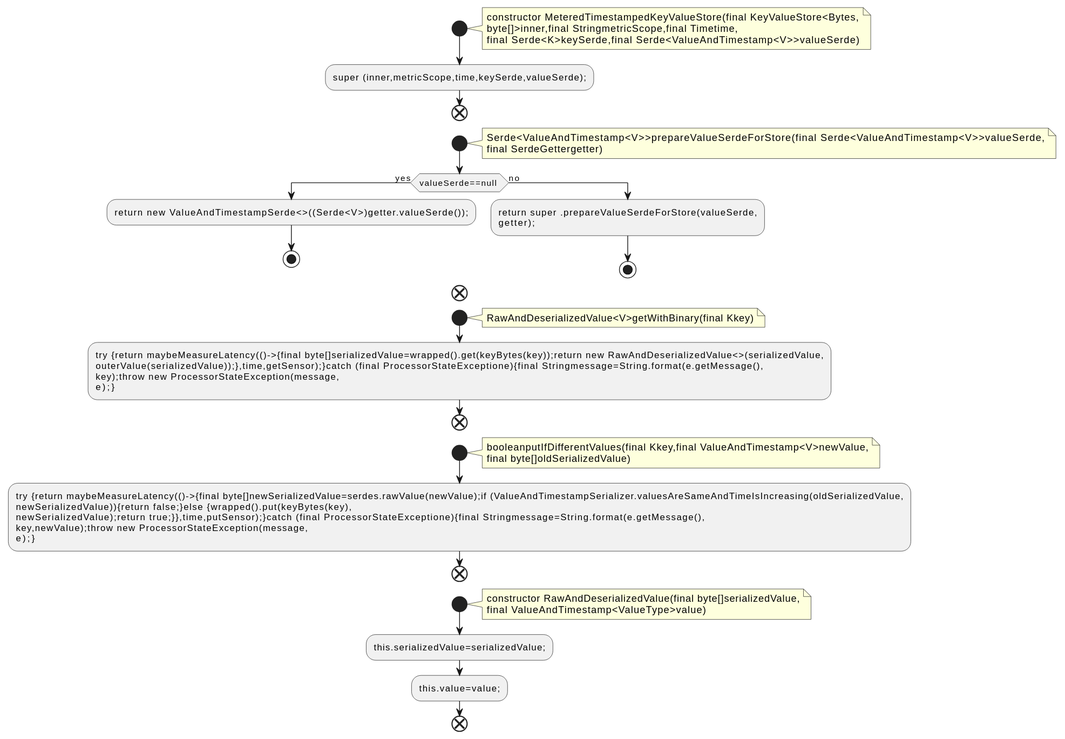
Before: docs/qc/streams/src/main/java/org/apache/kafka/streams/state/internals/MeteredTimestampedKeyValueStore.java.fct.svg, a diagram exported from PlantUML (qualitesys/kafka).
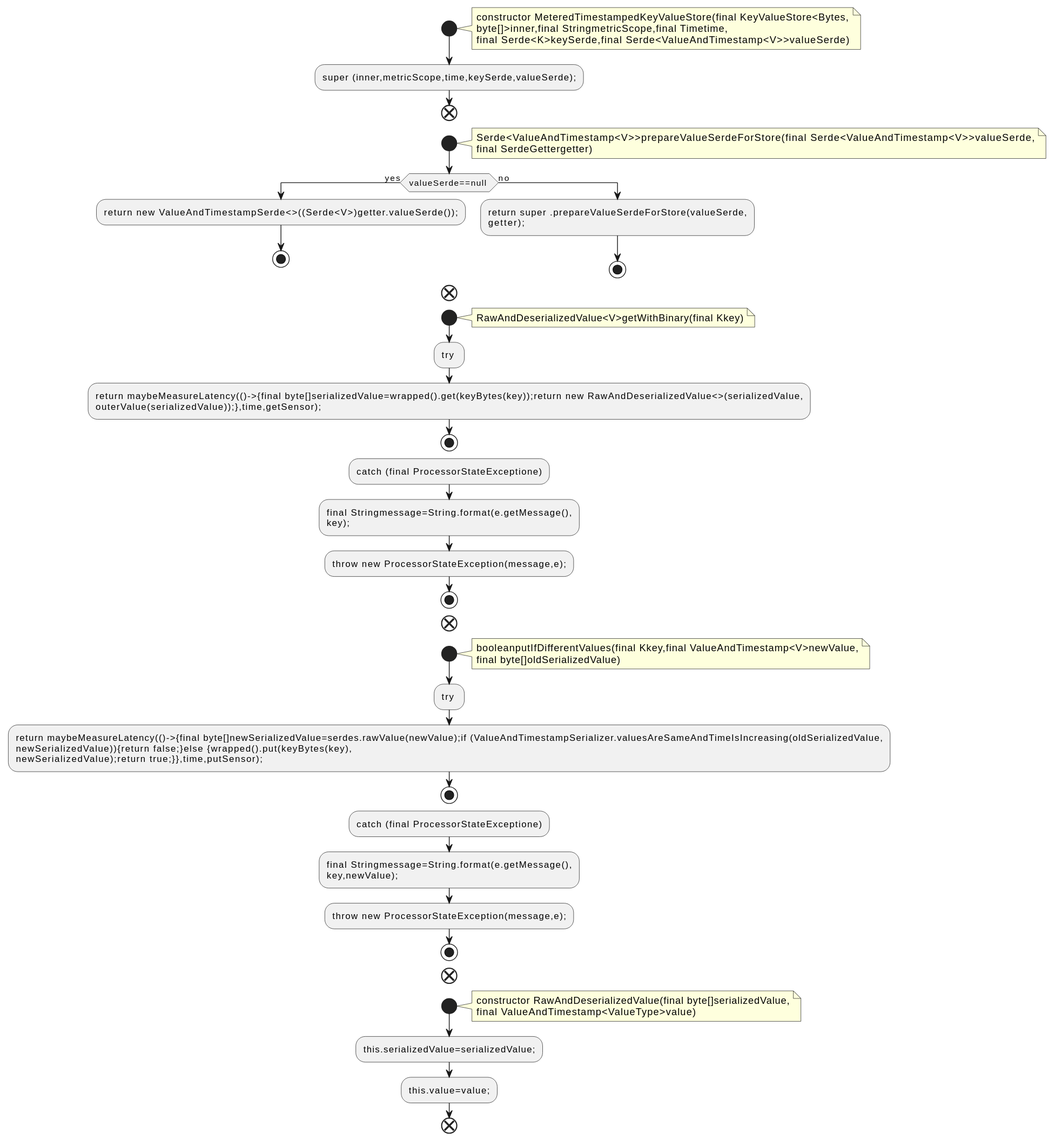
Above is the later version.

Change to the diagram source:
```diff
@@ -26,21 +26,31 @@
 note right
 RawAndDeserializedValue<V>getWithBinary(final Kkey)
 end note
-:try {return maybeMeasureLatency(()->{final byte[]serializedValue=wrapped().get(keyBytes(key));return new RawAndDeserializedValue<>(serializedValue,
-outerValue(serializedValue));},time,getSensor);}catch (final ProcessorStateExceptione){final Stringmessage=String.format(e.getMessage(),
-key);throw new ProcessorStateException(message,
-e);};
+:try ;
+:return maybeMeasureLatency(()->{final byte[]serializedValue=wrapped().get(keyBytes(key));return new RawAndDeserializedValue<>(serializedValue,
+outerValue(serializedValue));},time,getSensor);;
+stop
+:catch (final ProcessorStateExceptione);
+:final Stringmessage=String.format(e.getMessage(),
+key);;
+:throw new ProcessorStateException(message,e);;
+stop
 end
 start
 note right
 booleanputIfDifferentValues(final Kkey,final ValueAndTimestamp<V>newValue,
 final byte[]oldSerializedValue)
 end note
-:try {return maybeMeasureLatency(()->{final byte[]newSerializedValue=serdes.rawValue(newValue);if (ValueAndTimestampSerializer.valuesAreSameAndTimeIsIncreasing(oldSerializedValue,
+:try ;
+:return maybeMeasureLatency(()->{final byte[]newSerializedValue=serdes.rawValue(newValue);if (ValueAndTimestampSerializer.valuesAreSameAndTimeIsIncreasing(oldSerializedValue,
 newSerializedValue)){return false;}else {wrapped().put(keyBytes(key),
-newSerializedValue);return true;}},time,putSensor);}catch (final ProcessorStateExceptione){final Stringmessage=String.format(e.getMessage(),
-key,newValue);throw new ProcessorStateException(message,
-e);};
+newSerializedValue);return true;}},time,putSensor);;
+stop
+:catch (final ProcessorStateExceptione);
+:final Stringmessage=String.format(e.getMessage(),
+key,newValue);;
+:throw new ProcessorStateException(message,e);;
+stop
 end
 start
 note right
```
